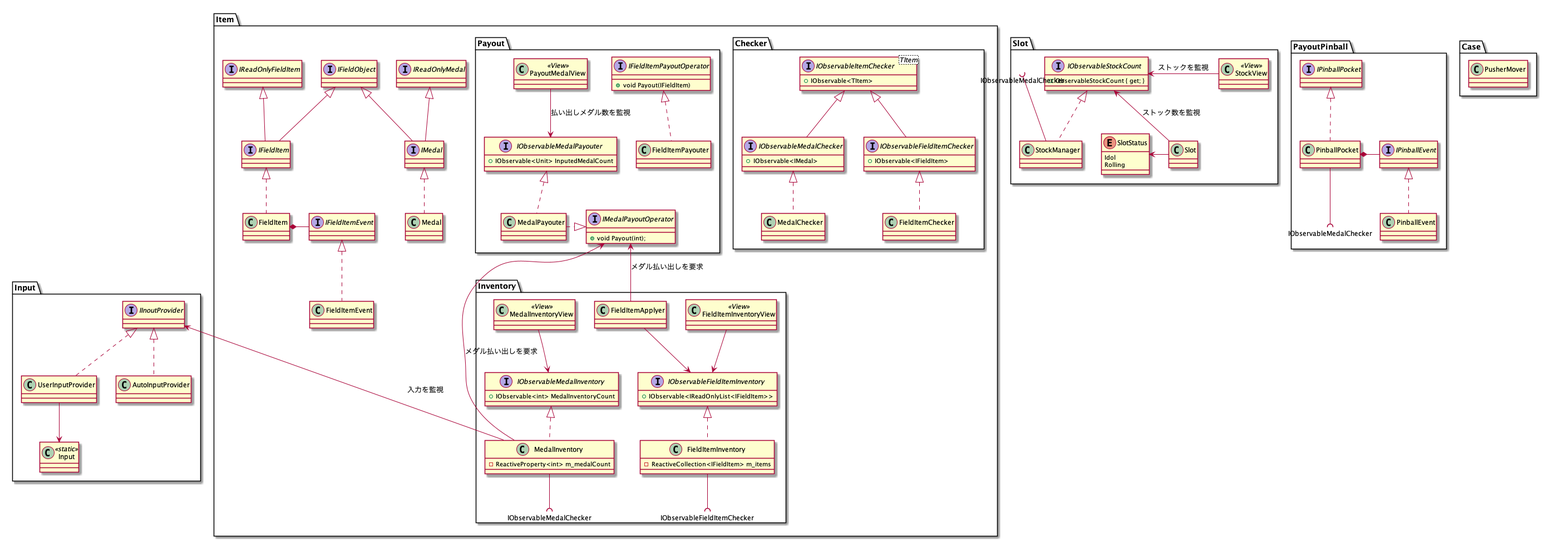
yutorisan/CoinPusherGame keeps this PlantUML diagram as Documents/ClassDiaglam/MedalPusher.png. Above is the earlier version.
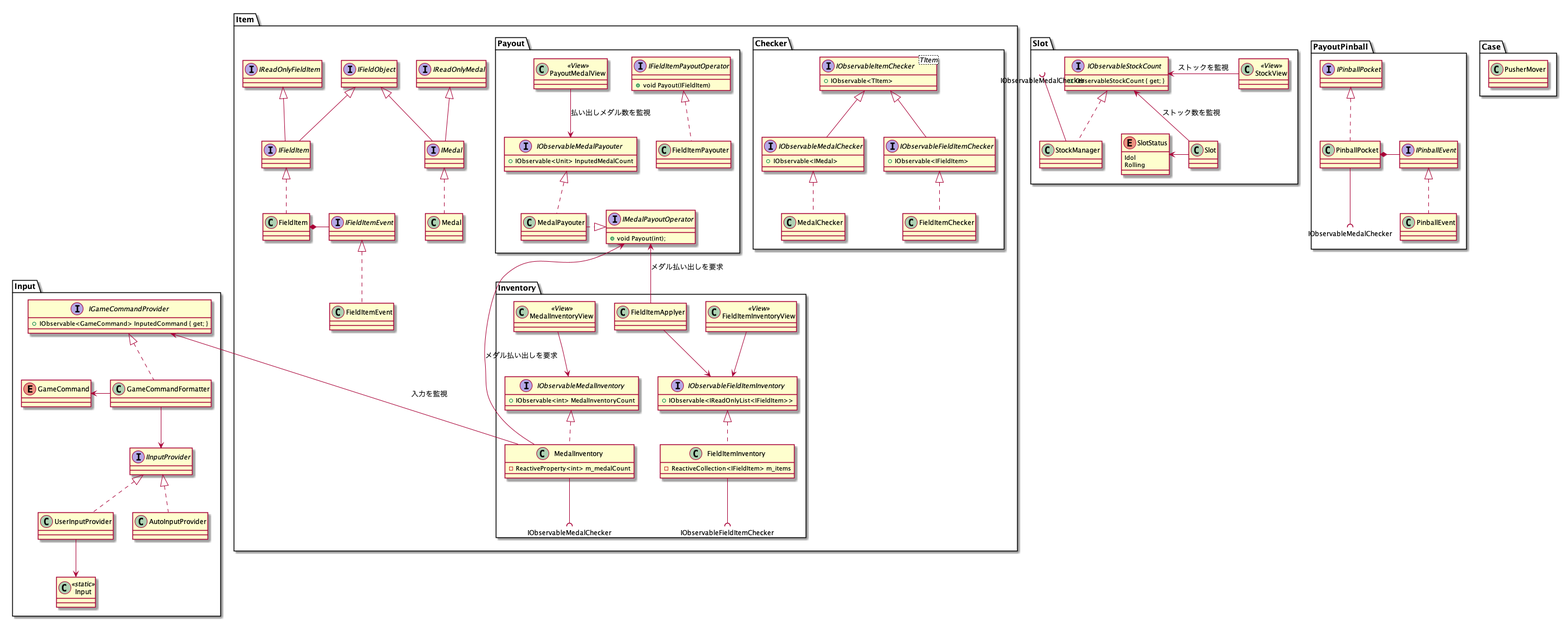
Later version of the same file.

Commit message:
クラス図更新 Input周り

Inputを加工してGameCommandにしてからゲーム本体に流すようにクラス図修正

The edit, as a diff of the source:
```diff
@@ -88,7 +88,7 @@
 
         MedalInventory --(( IObservableMedalChecker
         FieldItemInventory --(( IObservableFieldItemChecker
-        Input.IInoutProvider <--- MedalInventory : 入力を監視
+        Input.IGameCommandProvider <--- MedalInventory : 入力を監視
 
         class FieldItemApplyer
         Item.Payout.IMedalPayoutOperator <-- FieldItemApplyer : メダル払い出しを要求
@@ -105,12 +105,20 @@
 }
 
 namespace Input{
-    interface IInoutProvider
+    enum GameCommand
+    interface IGameCommandProvider{
+        +IObservable<GameCommand> InputedCommand { get; }
+    }
+    class GameCommandFormatter
+    GameCommand <- GameCommandFormatter
+    IGameCommandProvider <|.. GameCommandFormatter
+    GameCommandFormatter --> IInputProvider
+    interface IInputProvider
     class UserInputProvider
     class AutoInputProvider
     class Input<<static>>
-    IInoutProvider <|.. UserInputProvider
-    IInoutProvider <|.. AutoInputProvider
+    IInputProvider <|.. UserInputProvider
+    IInputProvider <|.. AutoInputProvider
     UserInputProvider --> Input
 }
 
```
